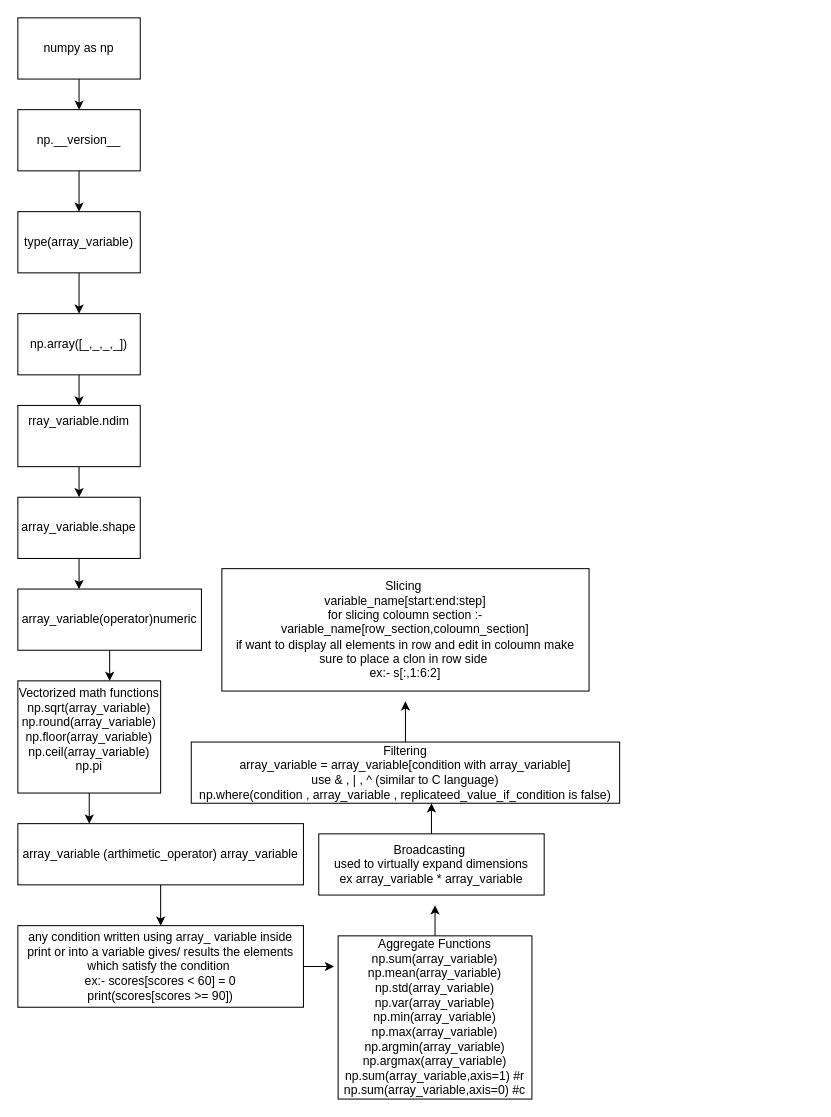
Earlier version of the draw.io diagram Numpy/Numpy.drawio (tuxedo-synced/PYTHON-REFERENCE). Source tidied: cells renumbered, new cells numbered last; positions are measured from the earlier drawing's top-left corner, leaving out a move shared by most shapes. Both pictures are drawn from the tidied source at 102%, with x=0, y=0 at pixel (17, 17).
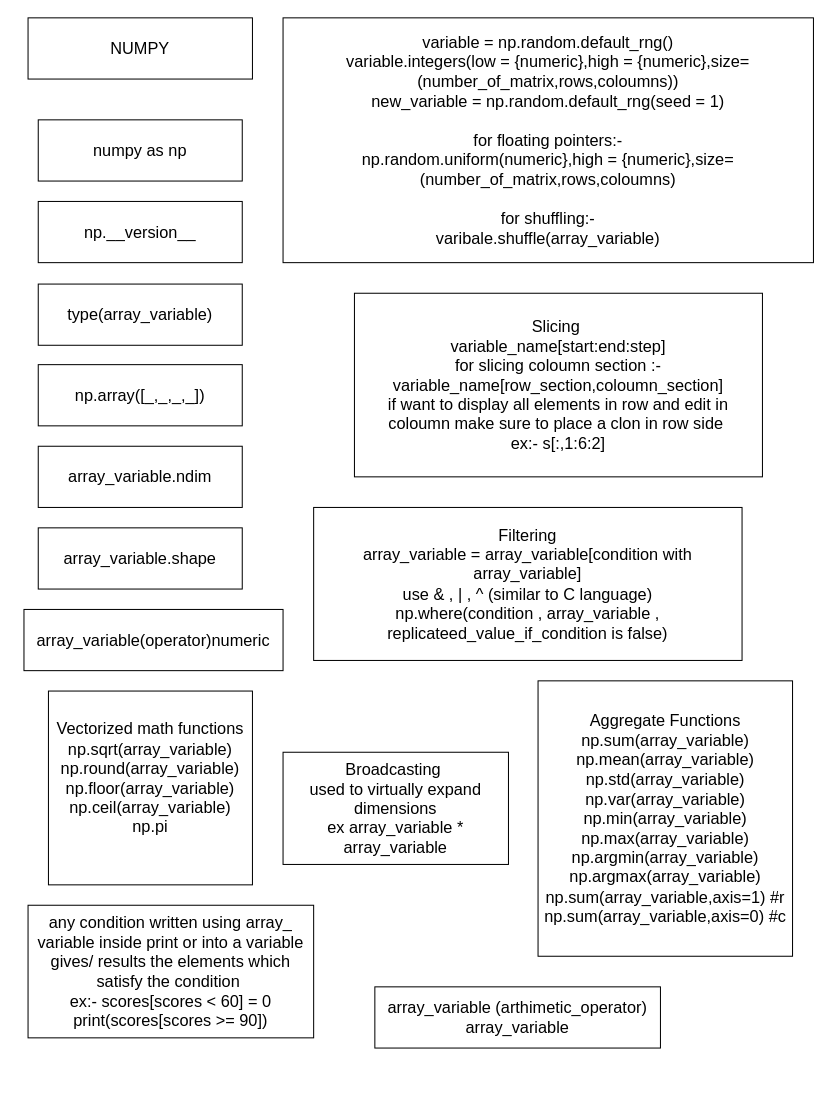
The same page after the edit.

Commit message (it also covers changes not shown here):
added a cheat sheet on numpy

Diff of the diagram source:
```diff
@@
-    <mxCell id="2" style="edgeStyle=orthogonalEdgeStyle;rounded=0;jettySize=auto;html=1;" parent="1" edge="1" source="3">
-      <mxGeometry relative="1" as="geometry">
-        <mxPoint x="60" y="90" as="targetPoint" />
-      </mxGeometry>
-    </mxCell>
-    <mxCell id="3" value="numpy as np" style="rounded=0;whiteSpace=wrap;html=1;" parent="1" vertex="1">
-      <mxGeometry width="120" height="60" as="geometry" />
+    <mxCell id="3" value="numpy as np" style="rounded=0;whiteSpace=wrap;html=1;fontSize=16;" parent="1" vertex="1">
+      <mxGeometry x="20" y="100" width="200" height="60" as="geometry" />
     </mxCell>
@@
-    <mxCell id="5" style="edgeStyle=orthogonalEdgeStyle;rounded=0;jettySize=auto;html=1;" parent="1" edge="1" source="6">
-      <mxGeometry relative="1" as="geometry">
-        <mxPoint x="60" y="190" as="targetPoint" />
-      </mxGeometry>
-    </mxCell>
-    <mxCell id="6" value="np.__version__" style="rounded=0;whiteSpace=wrap;html=1;" parent="1" vertex="1">
-      <mxGeometry y="90" width="120" height="60" as="geometry" />
+    <mxCell id="6" value="np.__version__" style="rounded=0;whiteSpace=wrap;html=1;fontSize=16;" parent="1" vertex="1">
+      <mxGeometry x="20" y="180" width="200" height="60" as="geometry" />
     </mxCell>
-    <mxCell id="7" style="edgeStyle=orthogonalEdgeStyle;rounded=0;jettySize=auto;html=1;" parent="1" edge="1" source="8">
-      <mxGeometry relative="1" as="geometry">
-        <mxPoint x="60" y="290" as="targetPoint" />
-      </mxGeometry>
-    </mxCell>
-    <mxCell id="8" value="type(array_variable)" style="rounded=0;whiteSpace=wrap;html=1;" parent="1" vertex="1">
-      <mxGeometry y="190" width="120" height="60" as="geometry" />
+    <mxCell id="8" value="type(array_variable)" style="rounded=0;whiteSpace=wrap;html=1;fontSize=16;" parent="1" vertex="1">
+      <mxGeometry x="20" y="261" width="200" height="60" as="geometry" />
     </mxCell>
-    <mxCell id="9" style="edgeStyle=orthogonalEdgeStyle;rounded=0;jettySize=auto;html=1;" parent="1" edge="1" source="10">
-      <mxGeometry relative="1" as="geometry">
-        <mxPoint x="60" y="380" as="targetPoint" />
-      </mxGeometry>
-    </mxCell>
-    <mxCell id="10" value="np.array([_,_,_,_])" style="rounded=0;whiteSpace=wrap;html=1;" parent="1" vertex="1">
-      <mxGeometry y="290" width="120" height="60" as="geometry" />
+    <mxCell id="10" value="np.array([_,_,_,_])" style="rounded=0;whiteSpace=wrap;html=1;fontSize=16;" parent="1" vertex="1">
+      <mxGeometry x="20" y="340" width="200" height="60" as="geometry" />
     </mxCell>
-    <mxCell id="11" style="edgeStyle=orthogonalEdgeStyle;rounded=0;jettySize=auto;html=1;" parent="1" edge="1" source="12">
-      <mxGeometry relative="1" as="geometry">
-        <mxPoint x="60" y="470" as="targetPoint" />
-      </mxGeometry>
-    </mxCell>
-    <mxCell id="12" value="&#10;rray_variable.ndim&lt;div style=&quot;forced-color-adjust: none;&quot;&gt;&lt;br style=&quot;forced-color-adjust: none; color: rgb(0, 0, 0); font-family: Helvetica; font-size: 12px; font-style: normal; font-variant-ligatures: normal; font-variant-caps: normal; font-weight: 400; letter-spacing: normal; orphans: 2; text-align: center; text-indent: 0px; text-transform: none; widows: 2; word-spacing: 0px; -webkit-text-stroke-width: 0px; white-space: normal; background-color: rgb(236, 236, 236); text-decoration-thickness: initial; text-decoration-style: initial; text-decoration-color: initial;&quot;&gt;&#10;&#10;&lt;/div&gt;" style="rounded=0;whiteSpace=wrap;html=1;" parent="1" vertex="1">
-      <mxGeometry y="380" width="120" height="60" as="geometry" />
+    <mxCell id="12" value="&lt;div&gt;&lt;br&gt;&lt;/div&gt;&lt;div&gt;&lt;br&gt;&lt;/div&gt;&lt;br&gt;array_variable.ndim&lt;div style=&quot;forced-color-adjust: none;&quot;&gt;&lt;br style=&quot;forced-color-adjust: none; color: rgb(0, 0, 0); font-family: Helvetica; font-style: normal; font-variant-ligatures: normal; font-variant-caps: normal; font-weight: 400; letter-spacing: normal; orphans: 2; text-align: center; text-indent: 0px; text-transform: none; widows: 2; word-spacing: 0px; -webkit-text-stroke-width: 0px; white-space: normal; background-color: rgb(236, 236, 236); text-decoration-thickness: initial; text-decoration-style: initial; text-decoration-color: initial;&quot;&gt;&lt;br&gt;&lt;br&gt;&lt;/div&gt;" style="rounded=0;whiteSpace=wrap;html=1;fontSize=16;" parent="1" vertex="1">
+      <mxGeometry x="20" y="420" width="200" height="60" as="geometry" />
     </mxCell>
-    <mxCell id="13" style="edgeStyle=orthogonalEdgeStyle;rounded=0;jettySize=auto;html=1;" parent="1" edge="1" source="14">
-      <mxGeometry relative="1" as="geometry">
-        <mxPoint x="60" y="560" as="targetPoint" />
-      </mxGeometry>
-    </mxCell>
-    <mxCell id="14" value="array_variable.shape" style="rounded=0;whiteSpace=wrap;html=1;" parent="1" vertex="1">
-      <mxGeometry y="470" width="120" height="60" as="geometry" />
+    <mxCell id="14" value="array_variable.shape" style="rounded=0;whiteSpace=wrap;html=1;fontSize=16;" parent="1" vertex="1">
+      <mxGeometry x="20" y="500" width="200" height="60" as="geometry" />
     </mxCell>
-    <mxCell id="15" style="edgeStyle=orthogonalEdgeStyle;rounded=0;jettySize=auto;html=1;" parent="1" edge="1" source="16">
-      <mxGeometry relative="1" as="geometry">
-        <mxPoint x="90" y="650" as="targetPoint" />
-      </mxGeometry>
-    </mxCell>
-    <mxCell id="16" value="array_variable(operator)numeric" style="rounded=0;whiteSpace=wrap;html=1;" parent="1" vertex="1">
-      <mxGeometry y="560" width="180" height="60" as="geometry" />
+    <mxCell id="16" value="array_variable(operator)numeric" style="rounded=0;whiteSpace=wrap;html=1;fontSize=16;" parent="1" vertex="1">
+      <mxGeometry x="6" y="580" width="254" height="60" as="geometry" />
     </mxCell>
-    <mxCell id="17" style="edgeStyle=orthogonalEdgeStyle;rounded=0;jettySize=auto;html=1;" parent="1" edge="1" source="18">
-      <mxGeometry relative="1" as="geometry">
-        <mxPoint x="70" y="790" as="targetPoint" />
-      </mxGeometry>
-    </mxCell>
-    <mxCell id="18" value="&lt;div&gt;Vectorized math functions&lt;/div&gt;np.sqrt(array_variable)&lt;div&gt;np.round(array_variable)&lt;div&gt;np.floor(array_variable)&lt;div&gt;np.ceil(array_variable)&lt;div&gt;np.pi&lt;div&gt;&lt;br&gt;&lt;/div&gt;&lt;/div&gt;&lt;/div&gt;&lt;/div&gt;&lt;/div&gt;" style="rounded=0;whiteSpace=wrap;html=1;" parent="1" vertex="1">
-      <mxGeometry y="650" width="140" height="110" as="geometry" />
+    <mxCell id="18" value="&lt;div&gt;Vectorized math functions&lt;/div&gt;np.sqrt(array_variable)&lt;div&gt;np.round(array_variable)&lt;div&gt;np.floor(array_variable)&lt;div&gt;np.ceil(array_variable)&lt;div&gt;np.pi&lt;div&gt;&lt;br&gt;&lt;/div&gt;&lt;/div&gt;&lt;/div&gt;&lt;/div&gt;&lt;/div&gt;" style="rounded=0;whiteSpace=wrap;html=1;fontSize=16;" parent="1" vertex="1">
+      <mxGeometry x="30" y="660" width="200" height="190" as="geometry" />
     </mxCell>
-    <mxCell id="19" style="edgeStyle=orthogonalEdgeStyle;rounded=0;jettySize=auto;html=1;" parent="1" edge="1" source="20">
-      <mxGeometry relative="1" as="geometry">
-        <mxPoint x="140" y="890" as="targetPoint" />
-      </mxGeometry>
-    </mxCell>
-    <mxCell id="20" value="array_variable (arthimetic_operator) array_variable" style="rounded=0;whiteSpace=wrap;html=1;" parent="1" vertex="1">
-      <mxGeometry y="790" width="280" height="60" as="geometry" />
+    <mxCell id="20" value="array_variable (arthimetic_operator) array_variable" style="rounded=0;whiteSpace=wrap;html=1;fontSize=16;" parent="1" vertex="1">
+      <mxGeometry x="350" y="950" width="280" height="60" as="geometry" />
     </mxCell>
-    <mxCell id="21" style="edgeStyle=orthogonalEdgeStyle;rounded=0;orthogonalLoop=1;jettySize=auto;html=1;" parent="1" edge="1">
-      <mxGeometry relative="1" as="geometry">
-        <mxPoint x="230" y="930" as="sourcePoint" />
-        <mxPoint x="310" y="930" as="targetPoint" />
-      </mxGeometry>
-    </mxCell>
-    <mxCell id="22" value="any condition written using array_ variable inside print or into a variable gives/ results the elements which satisfy the condition&amp;nbsp;&lt;div&gt;ex:- scores[scores &amp;lt; 60] = 0&lt;/div&gt;&lt;div&gt;print(scores[scores &amp;gt;= 90])&lt;/div&gt;" style="rounded=0;whiteSpace=wrap;html=1;" parent="1" vertex="1">
-      <mxGeometry y="890" width="280" height="80" as="geometry" />
+    <mxCell id="22" value="any condition written using array_ variable inside print or into a variable gives/ results the elements which satisfy the condition&amp;nbsp;&lt;div&gt;ex:- scores[scores &amp;lt; 60] = 0&lt;/div&gt;&lt;div&gt;print(scores[scores &amp;gt;= 90])&lt;/div&gt;" style="rounded=0;whiteSpace=wrap;html=1;fontSize=16;" parent="1" vertex="1">
+      <mxGeometry x="10" y="870" width="280" height="130" as="geometry" />
     </mxCell>
-    <mxCell id="23" style="edgeStyle=orthogonalEdgeStyle;rounded=0;jettySize=auto;html=1;" parent="1" edge="1" source="24">
-      <mxGeometry relative="1" as="geometry">
-        <mxPoint x="409" y="870" as="targetPoint" />
-      </mxGeometry>
-    </mxCell>
-    <mxCell id="24" value="Aggregate Functions&lt;div&gt;np.sum(array_variable)&lt;/div&gt;&lt;div&gt;np.mean(array_variable)&lt;/div&gt;&lt;div&gt;np.std(array_variable)&lt;/div&gt;&lt;div&gt;np.var(array_variable)&lt;/div&gt;&lt;div&gt;np.min(array_variable)&lt;/div&gt;&lt;div&gt;np.max(array_variable)&lt;/div&gt;&lt;div&gt;np.argmin(array_variable)&lt;/div&gt;&lt;div&gt;np.argmax(array_variable)&lt;/div&gt;&lt;div&gt;np.sum(array_variable,axis=1) #r&lt;/div&gt;&lt;div&gt;np.sum(array_variable,axis=0) #c&lt;/div&gt;" style="rounded=0;whiteSpace=wrap;html=1;" parent="1" vertex="1">
-      <mxGeometry x="314" y="900" width="190" height="160" as="geometry" />
+    <mxCell id="24" value="Aggregate Functions&lt;div&gt;np.sum(array_variable)&lt;/div&gt;&lt;div&gt;np.mean(array_variable)&lt;/div&gt;&lt;div&gt;np.std(array_variable)&lt;/div&gt;&lt;div&gt;np.var(array_variable)&lt;/div&gt;&lt;div&gt;np.min(array_variable)&lt;/div&gt;&lt;div&gt;np.max(array_variable)&lt;/div&gt;&lt;div&gt;np.argmin(array_variable)&lt;/div&gt;&lt;div&gt;np.argmax(array_variable)&lt;/div&gt;&lt;div&gt;np.sum(array_variable,axis=1) #r&lt;/div&gt;&lt;div&gt;np.sum(array_variable,axis=0) #c&lt;/div&gt;" style="rounded=0;whiteSpace=wrap;html=1;fontSize=16;" parent="1" vertex="1">
+      <mxGeometry x="510" y="650" width="249.5" height="270" as="geometry" />
     </mxCell>
-    <mxCell id="25" style="edgeStyle=orthogonalEdgeStyle;rounded=0;jettySize=auto;html=1;" parent="1" edge="1" source="26">
-      <mxGeometry relative="1" as="geometry">
-        <mxPoint x="405.5" y="770" as="targetPoint" />
-      </mxGeometry>
-    </mxCell>
-    <mxCell id="26" value="Broadcasting&amp;nbsp;&lt;div&gt;used to virtually expand dimensions&lt;/div&gt;&lt;div&gt;ex array_variable * array_variable&lt;/div&gt;" style="rounded=0;whiteSpace=wrap;html=1;" parent="1" vertex="1">
-      <mxGeometry x="295" y="800" width="221" height="60" as="geometry" />
+    <mxCell id="26" value="Broadcasting&amp;nbsp;&lt;div&gt;used to virtually expand dimensions&lt;/div&gt;&lt;div&gt;ex array_variable * array_variable&lt;/div&gt;" style="rounded=0;whiteSpace=wrap;html=1;fontSize=16;" parent="1" vertex="1">
+      <mxGeometry x="260" y="720" width="221" height="110" as="geometry" />
     </mxCell>
-    <mxCell id="27" style="edgeStyle=orthogonalEdgeStyle;rounded=0;jettySize=auto;html=1;" parent="1" edge="1" source="28">
-      <mxGeometry relative="1" as="geometry">
-        <mxPoint x="380" y="670" as="targetPoint" />
-      </mxGeometry>
-    </mxCell>
-    <mxCell id="28" value="Filtering&lt;div&gt;array_variable = array_variable[condition with array_variable]&lt;/div&gt;&lt;div&gt;use &amp;amp; , | , ^ (similar to C language)&lt;/div&gt;&lt;div&gt;np.where(condition , array_variable , replicateed_value_if_condition is false)&lt;/div&gt;" style="rounded=0;whiteSpace=wrap;html=1;" parent="1" vertex="1">
-      <mxGeometry x="170" y="710" width="420" height="60" as="geometry" />
+    <mxCell id="28" value="Filtering&lt;div&gt;array_variable = array_variable[condition with array_variable]&lt;/div&gt;&lt;div&gt;use &amp;amp; , | , ^ (similar to C language)&lt;/div&gt;&lt;div&gt;np.where(condition , array_variable , replicateed_value_if_condition is false)&lt;/div&gt;" style="rounded=0;whiteSpace=wrap;html=1;fontSize=16;" parent="1" vertex="1">
+      <mxGeometry x="290" y="480" width="420" height="150" as="geometry" />
     </mxCell>
-    <mxCell id="29" value="Slicing&amp;nbsp;&lt;div&gt;variable_name[start:end:step]&lt;/div&gt;&lt;div&gt;for slicing coloumn section :-&lt;/div&gt;&lt;div&gt;variable_name[row_section,coloumn_section]&lt;/div&gt;&lt;div&gt;if want to display all elements in row and edit in coloumn make sure to place a clon in row side&amp;nbsp;&lt;/div&gt;&lt;div&gt;ex:- s[:,1:6:2]&lt;/div&gt;" style="rounded=0;whiteSpace=wrap;html=1;" parent="1" vertex="1">
-      <mxGeometry x="200" y="540" width="360" height="120" as="geometry" />
+    <mxCell id="29" value="Slicing&amp;nbsp;&lt;div&gt;variable_name[start:end:step]&lt;/div&gt;&lt;div&gt;for slicing coloumn section :-&lt;/div&gt;&lt;div&gt;variable_name[row_section,coloumn_section]&lt;/div&gt;&lt;div&gt;if want to display all elements in row and edit in coloumn make sure to place a clon in row side&amp;nbsp;&lt;/div&gt;&lt;div&gt;ex:- s[:,1:6:2]&lt;/div&gt;" style="rounded=0;whiteSpace=wrap;html=1;fontSize=16;" parent="1" vertex="1">
+      <mxGeometry x="330" y="270" width="400" height="180" as="geometry" />
     </mxCell>
+    <mxCell id="30" value="variable = np.random.default_rng()&lt;div&gt;variable.integers(low = {numeric},high = {numeric},size=(number_of_matrix,rows,coloumns))&lt;/div&gt;&lt;div&gt;new_variable = np.random.default_rng(seed = 1)&lt;/div&gt;&lt;div&gt;&lt;br&gt;&lt;/div&gt;&lt;div&gt;for floating pointers:-&lt;/div&gt;&lt;div&gt;np.random.uniform(&lt;span style=&quot;background-color: transparent; color: light-dark(rgb(0, 0, 0), rgb(255, 255, 255));&quot;&gt;numeric},high = {numeric},size=(number_of_matrix,rows,coloumns&lt;/span&gt;&lt;span style=&quot;background-color: transparent; color: light-dark(rgb(0, 0, 0), rgb(255, 255, 255));&quot;&gt;)&lt;/span&gt;&lt;/div&gt;&lt;div&gt;&lt;span style=&quot;background-color: transparent; color: light-dark(rgb(0, 0, 0), rgb(255, 255, 255));&quot;&gt;&lt;br&gt;&lt;/span&gt;&lt;/div&gt;&lt;div&gt;&lt;span style=&quot;background-color: transparent; color: light-dark(rgb(0, 0, 0), rgb(255, 255, 255));&quot;&gt;for shuffling:-&lt;/span&gt;&lt;/div&gt;&lt;div&gt;&lt;span style=&quot;background-color: transparent; color: light-dark(rgb(0, 0, 0), rgb(255, 255, 255));&quot;&gt;varibale.shuffle(array_variable)&lt;/span&gt;&lt;/div&gt;" style="rounded=0;whiteSpace=wrap;html=1;fontSize=16;" parent="1" vertex="1">
+      <mxGeometry x="260" width="520" height="240" as="geometry" />
+    </mxCell>
+    <mxCell id="31" value="NUMPY" style="rounded=0;whiteSpace=wrap;html=1;fontSize=16;" parent="1" vertex="1">
+      <mxGeometry x="10" width="220" height="60" as="geometry" />
+    </mxCell>
```
